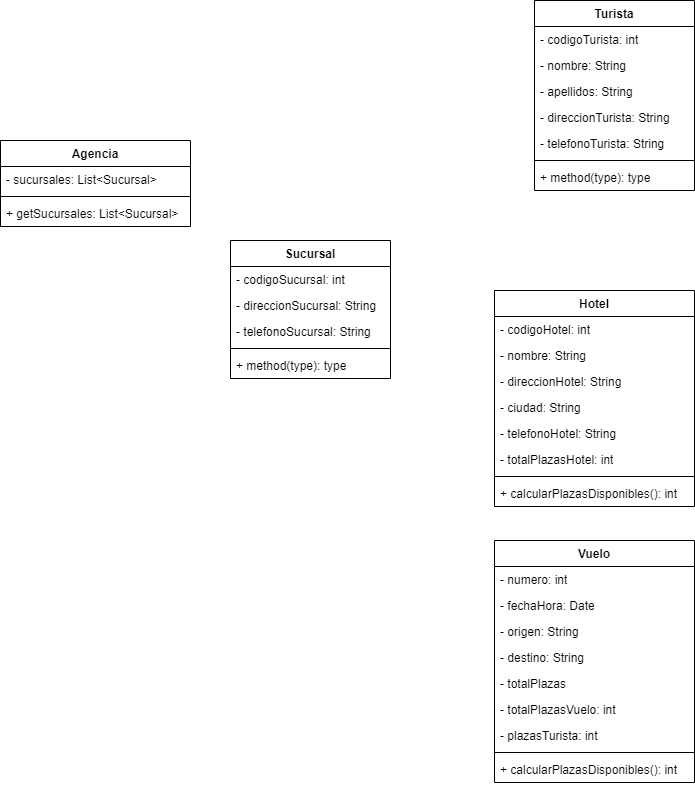
mackstm/ets keeps this draw.io diagram as unidad-4/Class-Diagram-Maxi/agencia-viajes-maxi.png. Above is the earlier version. Source tidied: cells renumbered, new cells last; positions are measured from the earlier drawing's top-left corner, leaving out a move shared by most shapes.
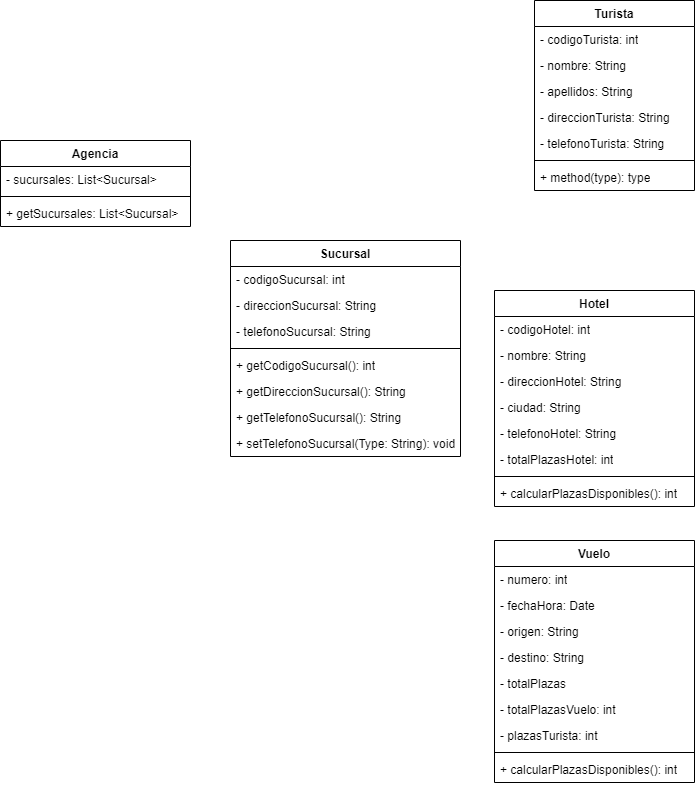
After the commit.

Change to the diagram source:
```diff
@@ -15,23 +15,32 @@
       <mxGeometry y="60" width="190" height="26" as="geometry" />
     </mxCell>
     <mxCell id="6" value="Sucursal" style="swimlane;fontStyle=1;align=center;verticalAlign=top;horizontal=1;startSize=26;whiteSpace=wrap;html=1;" parent="1" vertex="1">
-      <mxGeometry x="230" y="240" width="160" height="138" as="geometry" />
+      <mxGeometry x="230" y="240" width="230" height="216" as="geometry" />
     </mxCell>
     <mxCell id="7" value="- codigoSucursal: int" style="text;strokeColor=none;fillColor=none;align=left;verticalAlign=top;spacingLeft=4;spacingRight=4;overflow=hidden;whiteSpace=wrap;html=1;" parent="6" vertex="1">
-      <mxGeometry y="26" width="160" height="26" as="geometry" />
+      <mxGeometry y="26" width="230" height="26" as="geometry" />
     </mxCell>
     <mxCell id="8" value="- direccionSucursal: String" style="text;strokeColor=none;fillColor=none;align=left;verticalAlign=top;spacingLeft=4;spacingRight=4;overflow=hidden;whiteSpace=wrap;html=1;" parent="6" vertex="1">
-      <mxGeometry y="52" width="160" height="26" as="geometry" />
+      <mxGeometry y="52" width="230" height="26" as="geometry" />
     </mxCell>
     <mxCell id="9" value="- telefonoSucursal: String" style="text;strokeColor=none;fillColor=none;align=left;verticalAlign=top;spacingLeft=4;spacingRight=4;overflow=hidden;whiteSpace=wrap;html=1;" parent="6" vertex="1">
-      <mxGeometry y="78" width="160" height="26" as="geometry" />
+      <mxGeometry y="78" width="230" height="26" as="geometry" />
     </mxCell>
     <mxCell id="10" style="line;strokeWidth=1;fillColor=none;align=left;verticalAlign=middle;spacingTop=-1;spacingLeft=3;spacingRight=3;labelPosition=right;strokeColor=inherit;" parent="6" vertex="1">
-      <mxGeometry y="104" width="160" height="8" as="geometry" />
+      <mxGeometry y="104" width="230" height="8" as="geometry" />
     </mxCell>
-    <mxCell id="11" value="+ method(type): type" style="text;strokeColor=none;fillColor=none;align=left;verticalAlign=top;spacingLeft=4;spacingRight=4;overflow=hidden;whiteSpace=wrap;html=1;" parent="6" vertex="1">
-      <mxGeometry y="112" width="160" height="26" as="geometry" />
+    <mxCell id="11" value="+ getCodigoSucursal(): int" style="text;strokeColor=none;fillColor=none;align=left;verticalAlign=top;spacingLeft=4;spacingRight=4;overflow=hidden;whiteSpace=wrap;html=1;" parent="6" vertex="1">
+      <mxGeometry y="112" width="230" height="26" as="geometry" />
     </mxCell>
+    <mxCell id="39" value="+ getDireccionSucursal(): String" style="text;strokeColor=none;fillColor=none;align=left;verticalAlign=top;spacingLeft=4;spacingRight=4;overflow=hidden;whiteSpace=wrap;html=1;" parent="6" vertex="1">
+      <mxGeometry y="138" width="230" height="26" as="geometry" />
+    </mxCell>
+    <mxCell id="40" value="+ getTelefonoSucursal(): String" style="text;strokeColor=none;fillColor=none;align=left;verticalAlign=top;spacingLeft=4;spacingRight=4;overflow=hidden;whiteSpace=wrap;html=1;" parent="6" vertex="1">
+      <mxGeometry y="164" width="230" height="26" as="geometry" />
+    </mxCell>
+    <mxCell id="41" value="+ setTelefonoSucursal(Type: String): void" style="text;strokeColor=none;fillColor=none;align=left;verticalAlign=top;spacingLeft=4;spacingRight=4;overflow=hidden;whiteSpace=wrap;html=1;" parent="6" vertex="1">
+      <mxGeometry y="190" width="230" height="26" as="geometry" />
+    </mxCell>
     <mxCell id="12" value="Hotel" style="swimlane;fontStyle=1;align=center;verticalAlign=top;horizontal=1;startSize=26;whiteSpace=wrap;html=1;" parent="1" vertex="1">
       <mxGeometry x="494" y="290" width="200" height="216" as="geometry" />
     </mxCell>
```
